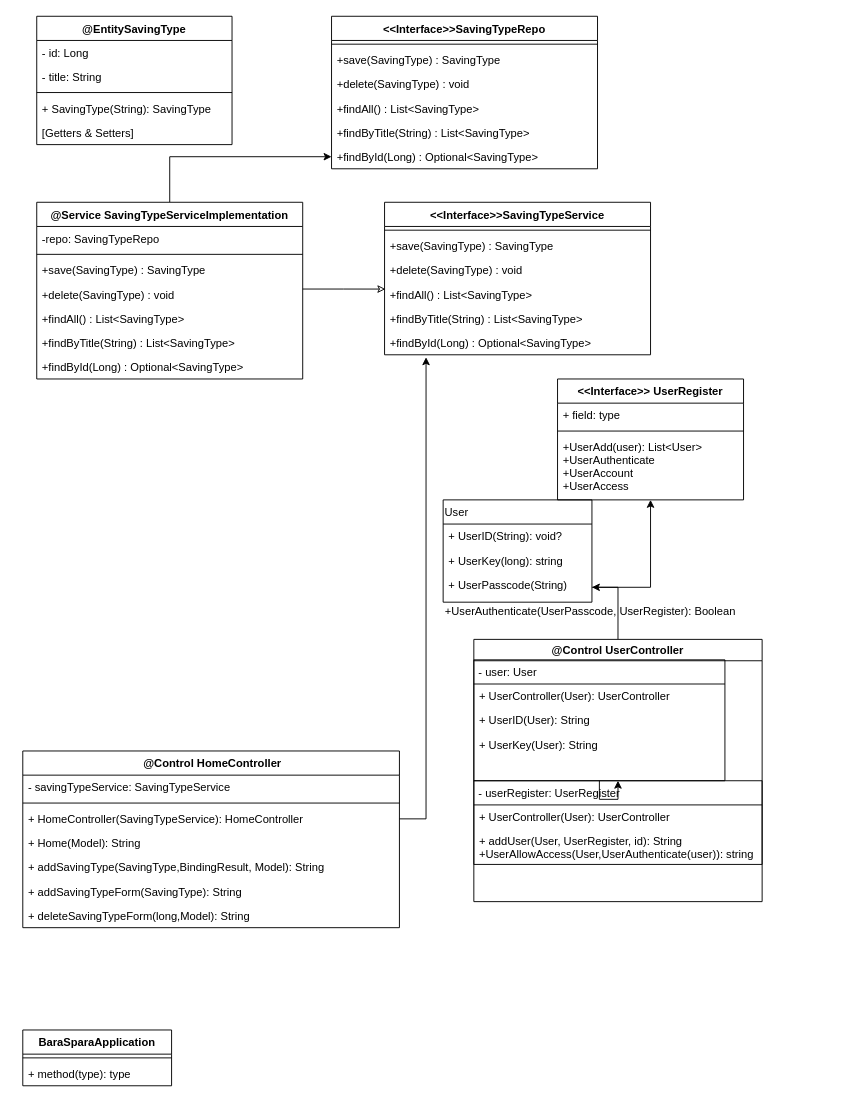
The draw.io diagram UMLClassDiagram.drawio in THWinther/HugbunadarVerkfni1-Hopur27-BaraSpara, before the edit. Source tidied: cells renumbered, new cells numbered last; positions are measured from the earlier drawing's top-left corner, leaving out a move shared by most shapes. Both pictures are drawn from the tidied source at 93%, with x=0, y=0 at pixel (22, 16).
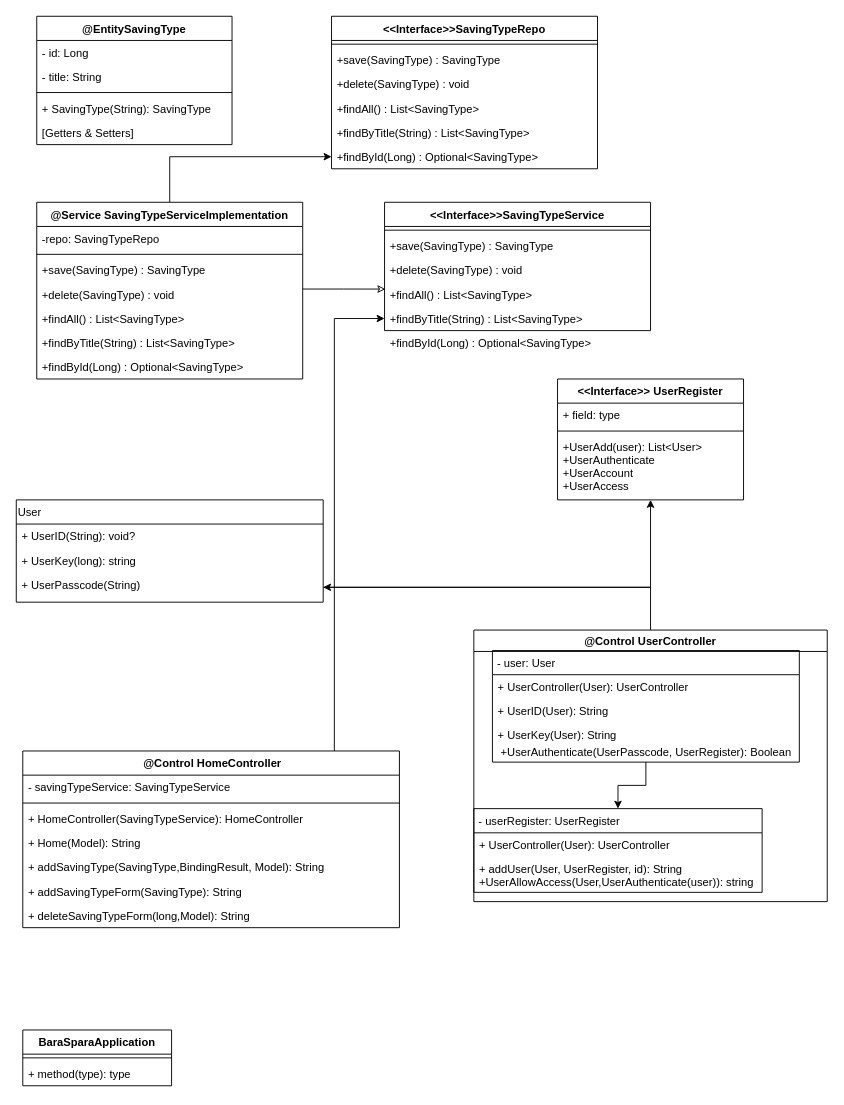
The same diagram, later.

Commit message:
Laga Visual

The change refers to these unchanged cells:
```xml
<mxCell id="3" value=" @Control HomeController" style="swimlane;fontStyle=1;align=center;verticalAlign=top;horizontal=1;startSize=26;" parent="1" vertex="1">
  <mxGeometry y="790" width="405" height="190" as="geometry" />
</mxCell>
<mxCell id="33" value="+findByTitle(String) : List&lt;SavingType&gt;" style="text;strokeColor=none;fillColor=none;align=left;verticalAlign=top;spacingLeft=4;spacingRight=4;overflow=hidden;points=[[0,0.5],[1,0.5]];portConstraint=eastwest;" parent="28" vertex="1">
  <mxGeometry y="112" width="286" height="26" as="geometry" />
</mxCell>
```

What changed in the source:
```diff
@@
-    <mxCell id="2" style="edgeStyle=orthogonalEdgeStyle;rounded=0;jettySize=auto;html=1;entryX=0.156;entryY=1.103;entryDx=0;entryDy=0;entryPerimeter=0;" parent="1" edge="1" source="3" target="34">
-      <mxGeometry relative="1" as="geometry">
-        <Array as="points">
-          <mxPoint x="434" y="863" />
-        </Array>
-      </mxGeometry>
-    </mxCell>
+    <mxCell id="64" style="edgeStyle=orthogonalEdgeStyle;rounded=0;jettySize=auto;html=1;entryX=0;entryY=0.5;entryDx=0;entryDy=0;" parent="1" edge="1" source="3" target="33">
+      <mxGeometry relative="1" as="geometry">
+        <Array as="points">
+          <mxPoint x="335" y="325" />
+        </Array>
+      </mxGeometry>
+    </mxCell>
@@
     <mxCell id="28" value="&lt;&lt;Interface&gt;&gt;SavingTypeService" style="swimlane;fontStyle=1;align=center;verticalAlign=top;horizontal=1;startSize=26;" parent="1" vertex="1">
-      <mxGeometry x="389" y="200" width="286" height="164" as="geometry" />
+      <mxGeometry x="389" y="200" width="286" height="138" as="geometry" />
     </mxCell>
@@
-    <mxCell id="34" value="+findById(Long) : Optional&lt;SavingType&gt;" style="text;strokeColor=none;fillColor=none;align=left;verticalAlign=top;spacingLeft=4;spacingRight=4;overflow=hidden;points=[[0,0.5],[1,0.5]];portConstraint=eastwest;" parent="28" vertex="1">
-      <mxGeometry y="138" width="286" height="26" as="geometry" />
-    </mxCell>
@@
     <mxCell id="45" value="User" style="swimlane;fontStyle=0;horizontal=1;startSize=26;fillColor=none;align=left;" parent="1" vertex="1">
-      <mxGeometry x="452" y="520" width="160" height="110" as="geometry" />
+      <mxGeometry x="-7" y="520" width="330" height="110" as="geometry" />
     </mxCell>
     <mxCell id="46" value="+ UserID(String): void?" style="text;strokeColor=none;fillColor=none;align=left;verticalAlign=top;spacingLeft=4;spacingRight=4;overflow=hidden;" parent="45" vertex="1">
-      <mxGeometry y="26" width="160" height="26" as="geometry" />
+      <mxGeometry y="26" width="330" height="26" as="geometry" />
     </mxCell>
     <mxCell id="47" value="+ UserKey(long): string&#10;" style="text;strokeColor=none;fillColor=none;align=left;verticalAlign=top;spacingLeft=4;spacingRight=4;overflow=hidden;" parent="45" vertex="1">
-      <mxGeometry y="52" width="160" height="26" as="geometry" />
+      <mxGeometry y="52" width="330" height="26" as="geometry" />
     </mxCell>
     <mxCell id="48" value="+ UserPasscode(String)" style="text;strokeColor=none;fillColor=none;align=left;verticalAlign=top;spacingLeft=4;spacingRight=4;overflow=hidden;points=[[0,0.5],[1,0.5]];portConstraint=eastwest;" parent="45" vertex="1">
-      <mxGeometry y="78" width="160" height="32" as="geometry" />
+      <mxGeometry y="78" width="330" height="32" as="geometry" />
     </mxCell>
@@
     <mxCell id="53" value="@Control UserController" style="swimlane;" parent="1" vertex="1">
-      <mxGeometry x="485" y="670" width="310" height="282" as="geometry" />
+      <mxGeometry x="485" y="660" width="380" height="292" as="geometry" />
     </mxCell>
@@
     <mxCell id="55" value=" - user: User" style="swimlane;fontStyle=0;horizontal=1;startSize=26;fillColor=none;align=left;" parent="53" vertex="1">
-      <mxGeometry y="22" width="270" height="130" as="geometry" />
+      <mxGeometry x="20" y="22" width="330" height="120" as="geometry" />
     </mxCell>
     <mxCell id="56" value="+ UserController(User): UserController" style="text;strokeColor=none;fillColor=none;align=left;verticalAlign=top;spacingLeft=4;spacingRight=4;overflow=hidden;" parent="55" vertex="1">
-      <mxGeometry y="26" width="270" height="26" as="geometry" />
+      <mxGeometry y="26" width="330" height="26" as="geometry" />
     </mxCell>
     <mxCell id="57" value="+ UserID(User): String" style="text;strokeColor=none;fillColor=none;align=left;verticalAlign=top;spacingLeft=4;spacingRight=4;overflow=hidden;" parent="55" vertex="1">
-      <mxGeometry y="52" width="270" height="26" as="geometry" />
+      <mxGeometry y="52" width="330" height="26" as="geometry" />
     </mxCell>
     <mxCell id="58" value="+ UserKey(User): String&#10;" style="text;strokeColor=none;fillColor=none;align=left;verticalAlign=top;spacingLeft=4;spacingRight=4;overflow=hidden;" parent="55" vertex="1">
-      <mxGeometry y="78" width="270" height="52" as="geometry" />
+      <mxGeometry y="78" width="330" height="22" as="geometry" />
     </mxCell>
+    <mxCell id="63" value="+UserAuthenticate(UserPasscode, UserRegister): Boolean" style="text;html=1;align=center;verticalAlign=middle;" parent="55" vertex="1">
+      <mxGeometry y="100" width="330" height="20" as="geometry" />
+    </mxCell>
     <mxCell id="59" value=" - userRegister: UserRegister" style="swimlane;fontStyle=0;horizontal=1;startSize=26;fillColor=none;align=left;" parent="53" vertex="1">
-      <mxGeometry y="152" width="310" height="90" as="geometry" />
+      <mxGeometry y="192" width="310" height="90" as="geometry" />
     </mxCell>
@@
-    <mxCell id="63" value="+UserAuthenticate(UserPasscode, UserRegister): Boolean" style="text;html=1;align=center;verticalAlign=middle;" parent="1" vertex="1">
-      <mxGeometry x="445" y="630" width="330" height="20" as="geometry" />
-    </mxCell>
+    <mxCell id="34" value="+findById(Long) : Optional&lt;SavingType&gt;" style="text;strokeColor=none;fillColor=none;align=left;verticalAlign=top;spacingLeft=4;spacingRight=4;overflow=hidden;points=[[0,0.5],[1,0.5]];portConstraint=eastwest;" parent="1" vertex="1">
+      <mxGeometry x="389" y="338" width="286" height="26" as="geometry" />
+    </mxCell>
```
